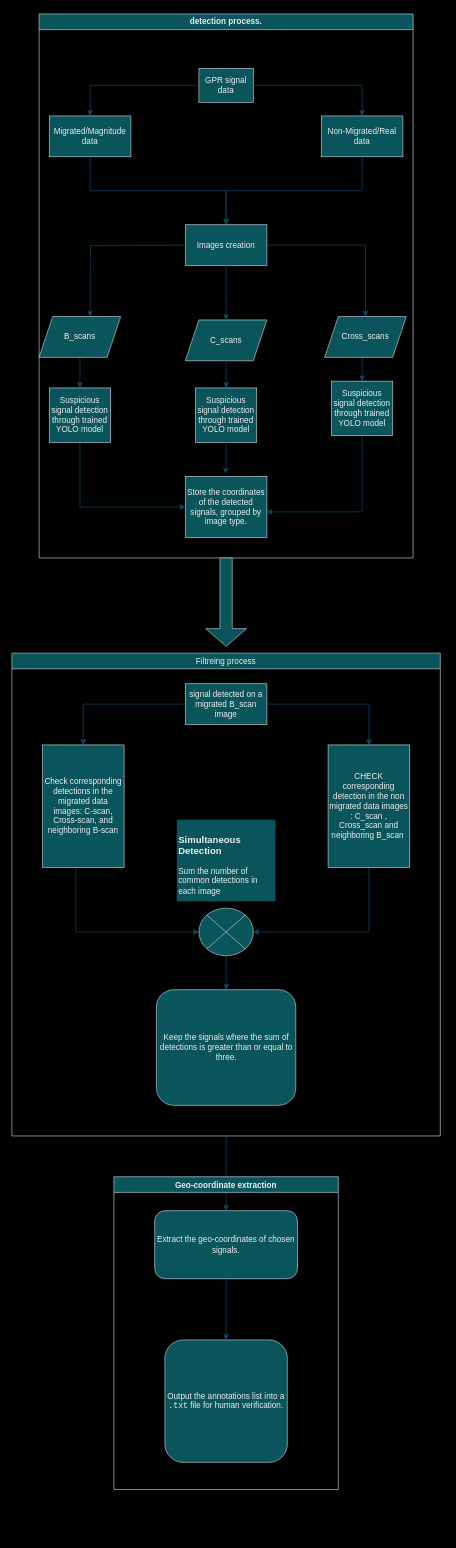
Before: Diagramme sans nom.drawio in Sidiplayer/Animal-Traking, a draw.io diagram. Source tidied: cells renumbered, new cells numbered last; positions are measured from the earlier drawing's top-left corner, leaving out a move shared by most shapes. Both pictures are drawn from the tidied source at 68%, with x=0, y=0 at pixel (12, 14).
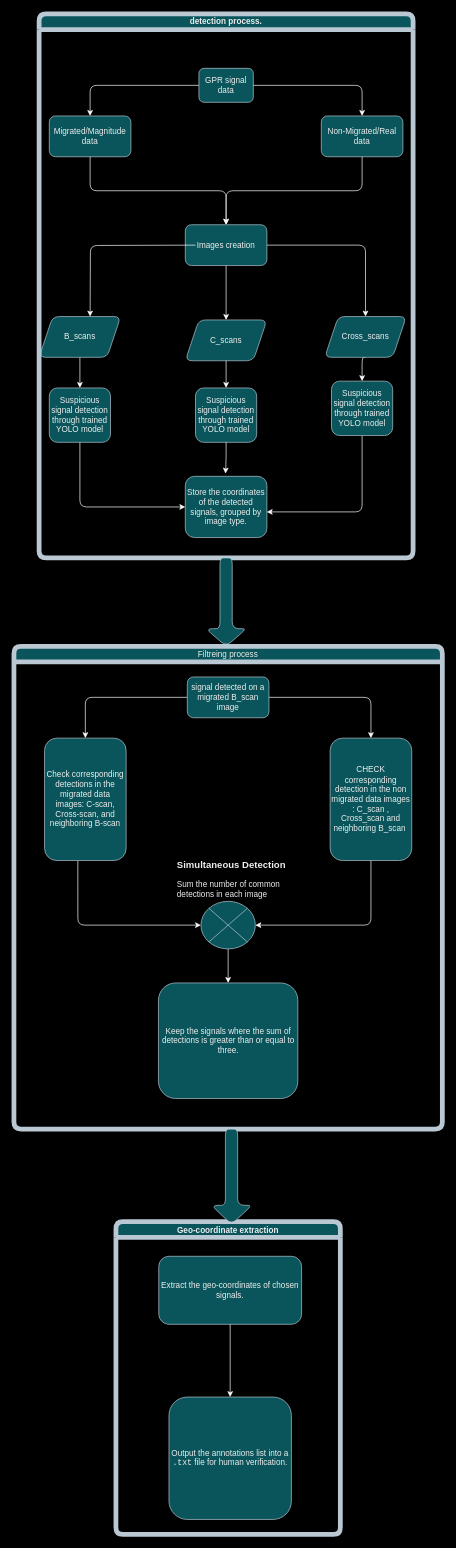
After the change.

Diff of the diagram source:
```diff
@@
-    <mxCell id="2" style="edgeStyle=orthogonalEdgeStyle;rounded=0;jettySize=auto;html=1;labelBackgroundColor=none;strokeColor=#0B4D6A;fontColor=default;" parent="1" edge="1" source="36" target="6">
+    <mxCell id="2" style="edgeStyle=orthogonalEdgeStyle;rounded=1;jettySize=auto;html=1;labelBackgroundColor=none;strokeColor=#FFFFFF;fontColor=default;" parent="1" edge="1" source="36" target="6">
       <mxGeometry relative="1" as="geometry" />
     </mxCell>
-    <mxCell id="3" style="edgeStyle=orthogonalEdgeStyle;rounded=0;jettySize=auto;html=1;exitX=0.5;exitY=1;exitDx=0;exitDy=0;labelBackgroundColor=none;strokeColor=#0B4D6A;fontColor=default;" parent="1" edge="1" source="4" target="25">
+    <mxCell id="3" style="edgeStyle=orthogonalEdgeStyle;rounded=1;jettySize=auto;html=1;exitX=0.5;exitY=1;exitDx=0;exitDy=0;labelBackgroundColor=none;strokeColor=#FFFFFF;fontColor=default;" parent="1" edge="1" source="4" target="25">
       <mxGeometry relative="1" as="geometry" />
     </mxCell>
-    <mxCell id="4" value="B_scans" style="shape=parallelogram;perimeter=parallelogramPerimeter;whiteSpace=wrap;html=1;fixedSize=1;rounded=0;fillColor=#09555B;labelBackgroundColor=none;strokeColor=#BAC8D3;fontColor=#EEEEEE;" parent="1" vertex="1">
+    <mxCell id="4" value="B_scans" style="shape=parallelogram;perimeter=parallelogramPerimeter;whiteSpace=wrap;html=1;fixedSize=1;rounded=1;fillColor=#09555B;labelBackgroundColor=none;strokeColor=#BAC8D3;fontColor=#EEEEEE;" parent="1" vertex="1">
       <mxGeometry x="40" y="445" width="120" height="60" as="geometry" />
     </mxCell>
-    <mxCell id="5" style="edgeStyle=orthogonalEdgeStyle;rounded=0;jettySize=auto;html=1;exitX=0.5;exitY=1;exitDx=0;exitDy=0;entryX=0.5;entryY=0;entryDx=0;entryDy=0;labelBackgroundColor=none;strokeColor=#0B4D6A;fontColor=default;" parent="1" edge="1" source="6" target="29">
+    <mxCell id="5" style="edgeStyle=orthogonalEdgeStyle;rounded=1;jettySize=auto;html=1;exitX=0.5;exitY=1;exitDx=0;exitDy=0;entryX=0.5;entryY=0;entryDx=0;entryDy=0;labelBackgroundColor=none;strokeColor=#FFFFFF;fontColor=default;" parent="1" edge="1" source="6" target="29">
       <mxGeometry relative="1" as="geometry" />
     </mxCell>
-    <mxCell id="6" value="Cross_scans" style="shape=parallelogram;perimeter=parallelogramPerimeter;whiteSpace=wrap;html=1;fixedSize=1;rounded=0;fillColor=#09555B;labelBackgroundColor=none;strokeColor=#BAC8D3;fontColor=#EEEEEE;" parent="1" vertex="1">
+    <mxCell id="6" value="Cross_scans" style="shape=parallelogram;perimeter=parallelogramPerimeter;whiteSpace=wrap;html=1;fixedSize=1;rounded=1;fillColor=#09555B;labelBackgroundColor=none;strokeColor=#BAC8D3;fontColor=#EEEEEE;" parent="1" vertex="1">
       <mxGeometry x="460" y="445" width="120" height="60" as="geometry" />
     </mxCell>
-    <mxCell id="7" style="edgeStyle=orthogonalEdgeStyle;rounded=0;jettySize=auto;html=1;labelBackgroundColor=none;strokeColor=#0B4D6A;fontColor=default;" parent="1" edge="1" source="8" target="21">
-      <mxGeometry relative="1" as="geometry" />
-    </mxCell>
-    <mxCell id="8" value="Filtreing process" style="swimlane;whiteSpace=wrap;html=1;fontStyle=0;fillColor=#09555B;labelBackgroundColor=none;strokeColor=#BAC8D3;fontColor=#EEEEEE;" parent="1" vertex="1">
-      <mxGeometry y="940" width="630" height="710" as="geometry" />
+    <mxCell id="8" value="Filtreing process" style="swimlane;whiteSpace=wrap;html=1;fontStyle=0;fillColor=#09555B;labelBackgroundColor=none;strokeColor=#BAC8D3;fontColor=#EEEEEE;rounded=1;strokeWidth=7;" parent="1" vertex="1">
+      <mxGeometry x="3" y="930" width="630" height="710" as="geometry" />
     </mxCell>
-    <mxCell id="9" style="edgeStyle=orthogonalEdgeStyle;rounded=0;jettySize=auto;html=1;exitX=0;exitY=0.5;exitDx=0;exitDy=0;entryX=0.5;entryY=0;entryDx=0;entryDy=0;labelBackgroundColor=none;strokeColor=#0B4D6A;fontColor=default;" parent="8" edge="1" source="11" target="13">
+    <mxCell id="9" style="edgeStyle=orthogonalEdgeStyle;rounded=1;jettySize=auto;html=1;exitX=0;exitY=0.5;exitDx=0;exitDy=0;entryX=0.5;entryY=0;entryDx=0;entryDy=0;labelBackgroundColor=none;strokeColor=#FFFFFF;fontColor=default;" parent="8" edge="1" source="11" target="13">
       <mxGeometry relative="1" as="geometry" />
     </mxCell>
-    <mxCell id="10" style="edgeStyle=orthogonalEdgeStyle;rounded=0;jettySize=auto;html=1;exitX=1;exitY=0.5;exitDx=0;exitDy=0;entryX=0.5;entryY=0;entryDx=0;entryDy=0;labelBackgroundColor=none;strokeColor=#0B4D6A;fontColor=default;" parent="8" edge="1" source="11" target="15">
+    <mxCell id="10" style="edgeStyle=orthogonalEdgeStyle;rounded=1;jettySize=auto;html=1;exitX=1;exitY=0.5;exitDx=0;exitDy=0;entryX=0.5;entryY=0;entryDx=0;entryDy=0;labelBackgroundColor=none;strokeColor=#FFFFFF;fontColor=default;" parent="8" edge="1" source="11" target="15">
       <mxGeometry relative="1" as="geometry" />
     </mxCell>
-    <mxCell id="11" value="signal detected on a migrated B_scan image " style="rounded=0;whiteSpace=wrap;html=1;fillColor=#09555B;labelBackgroundColor=none;strokeColor=#BAC8D3;fontColor=#EEEEEE;" parent="8" vertex="1">
+    <mxCell id="11" value="signal detected on a migrated B_scan image " style="rounded=1;whiteSpace=wrap;html=1;fillColor=#09555B;labelBackgroundColor=none;strokeColor=#BAC8D3;fontColor=#EEEEEE;" parent="8" vertex="1">
       <mxGeometry x="255" y="45" width="120" height="60" as="geometry" />
     </mxCell>
-    <mxCell id="12" style="edgeStyle=orthogonalEdgeStyle;rounded=0;jettySize=auto;html=1;exitX=0.408;exitY=1.002;exitDx=0;exitDy=0;exitPerimeter=0;entryX=0;entryY=0.5;entryDx=0;entryDy=0;labelBackgroundColor=none;strokeColor=#0B4D6A;fontColor=default;" parent="8" edge="1" source="13" target="17">
+    <mxCell id="12" style="edgeStyle=orthogonalEdgeStyle;rounded=1;jettySize=auto;html=1;exitX=0.408;exitY=1.002;exitDx=0;exitDy=0;exitPerimeter=0;entryX=0;entryY=0.5;entryDx=0;entryDy=0;labelBackgroundColor=none;strokeColor=#FFFFFF;fontColor=default;" parent="8" edge="1" source="13" target="17">
       <mxGeometry relative="1" as="geometry" />
     </mxCell>
-    <mxCell id="13" value="Check corresponding detections in the migrated data images: C-scan, Cross-scan, and neighboring B-scan" style="rounded=0;whiteSpace=wrap;html=1;fillColor=#09555B;labelBackgroundColor=none;strokeColor=#BAC8D3;fontColor=#EEEEEE;" parent="8" vertex="1">
+    <mxCell id="13" value="Check corresponding detections in the migrated data images: C-scan, Cross-scan, and neighboring B-scan" style="rounded=1;whiteSpace=wrap;html=1;fillColor=#09555B;labelBackgroundColor=none;strokeColor=#BAC8D3;fontColor=#EEEEEE;" parent="8" vertex="1">
       <mxGeometry x="45" y="135" width="120" height="180" as="geometry" />
     </mxCell>
-    <mxCell id="14" style="edgeStyle=orthogonalEdgeStyle;rounded=0;jettySize=auto;html=1;exitX=0.5;exitY=1;exitDx=0;exitDy=0;entryX=1;entryY=0.5;entryDx=0;entryDy=0;labelBackgroundColor=none;strokeColor=#0B4D6A;fontColor=default;" parent="8" edge="1" source="15" target="17">
+    <mxCell id="14" style="edgeStyle=orthogonalEdgeStyle;rounded=1;jettySize=auto;html=1;exitX=0.5;exitY=1;exitDx=0;exitDy=0;entryX=1;entryY=0.5;entryDx=0;entryDy=0;labelBackgroundColor=none;strokeColor=#FFFFFF;fontColor=default;" parent="8" edge="1" source="15" target="17">
       <mxGeometry relative="1" as="geometry" />
     </mxCell>
-    <mxCell id="15" value="CHECK corresponding detection in the non migrated data images : C_scan , Cross_scan and neighboring B_scan&amp;nbsp; " style="rounded=0;whiteSpace=wrap;html=1;fillColor=#09555B;labelBackgroundColor=none;strokeColor=#BAC8D3;fontColor=#EEEEEE;" parent="8" vertex="1">
+    <mxCell id="15" value="CHECK corresponding detection in the non migrated data images : C_scan , Cross_scan and neighboring B_scan&amp;nbsp; " style="rounded=1;whiteSpace=wrap;html=1;fillColor=#09555B;labelBackgroundColor=none;strokeColor=#BAC8D3;fontColor=#EEEEEE;" parent="8" vertex="1">
       <mxGeometry x="465" y="135" width="120" height="180" as="geometry" />
     </mxCell>
-    <mxCell id="16" style="edgeStyle=orthogonalEdgeStyle;rounded=0;jettySize=auto;html=1;labelBackgroundColor=none;strokeColor=#0B4D6A;fontColor=default;" parent="8" edge="1" source="17" target="19">
+    <mxCell id="16" style="edgeStyle=orthogonalEdgeStyle;rounded=1;jettySize=auto;html=1;labelBackgroundColor=none;strokeColor=#FFFFFF;fontColor=default;" parent="8" edge="1" source="17" target="19">
       <mxGeometry relative="1" as="geometry" />
     </mxCell>
-    <mxCell id="17" style="shape=sumEllipse;perimeter=ellipsePerimeter;whiteSpace=wrap;html=1;backgroundOutline=1;labelBackgroundColor=none;fillColor=#09555B;strokeColor=#BAC8D3;fontColor=#EEEEEE;" parent="8" vertex="1">
+    <mxCell id="17" style="shape=sumEllipse;perimeter=ellipsePerimeter;whiteSpace=wrap;html=1;backgroundOutline=1;labelBackgroundColor=none;fillColor=#09555B;strokeColor=#BAC8D3;fontColor=#EEEEEE;rounded=1;" parent="8" vertex="1">
       <mxGeometry x="275" y="375" width="80" height="70" as="geometry" />
     </mxCell>
+    <mxCell id="19" value="Keep the signals where the sum of detections is greater than or equal to three." style="rounded=1;whiteSpace=wrap;html=1;fillColor=#09555B;labelBackgroundColor=none;strokeColor=#BAC8D3;fontColor=#EEEEEE;" parent="8" vertex="1">
+      <mxGeometry x="212.5" y="495" width="205" height="170" as="geometry" />
+    </mxCell>
-    <mxCell id="18" value="&lt;h3&gt;Simultaneous Detection&lt;/h3&gt;&lt;p&gt;Sum the number of common detections in each image&lt;/p&gt;" style="text;html=1;whiteSpace=wrap;overflow=hidden;rounded=0;fillColor=#09555B;labelBackgroundColor=none;fontColor=#EEEEEE;" parent="8" vertex="1">
-      <mxGeometry x="242.5" y="245" width="145" height="120" as="geometry" />
+    <mxCell id="18" value="&lt;h3&gt;Simultaneous Detection&lt;/h3&gt;&lt;p&gt;Sum the number of common detections in each image&lt;/p&gt;" style="text;html=1;whiteSpace=wrap;overflow=hidden;rounded=0;fontColor=#EEEEEE;" parent="8" vertex="1">
+      <mxGeometry x="237.5" y="292" width="180" height="120" as="geometry" />
     </mxCell>
-    <mxCell id="19" value="Keep the signals where the sum of detections is greater than or equal to three." style="rounded=1;whiteSpace=wrap;html=1;fillColor=#09555B;labelBackgroundColor=none;strokeColor=#BAC8D3;fontColor=#EEEEEE;" parent="8" vertex="1">
-      <mxGeometry x="212.5" y="495" width="205" height="170" as="geometry" />
-    </mxCell>
-    <mxCell id="20" style="edgeStyle=orthogonalEdgeStyle;rounded=0;jettySize=auto;html=1;labelBackgroundColor=none;strokeColor=#0B4D6A;fontColor=default;" parent="1" edge="1" source="21" target="22">
-      <mxGeometry relative="1" as="geometry" />
-    </mxCell>
-    <mxCell id="21" value="Extract the geo-coordinates of chosen signals." style="rounded=1;whiteSpace=wrap;html=1;fontStyle=0;startSize=23;fillColor=#09555B;labelBackgroundColor=none;strokeColor=#BAC8D3;fontColor=#EEEEEE;" parent="1" vertex="1">
-      <mxGeometry x="210" y="1760" width="210" height="100" as="geometry" />
-    </mxCell>
-    <mxCell id="22" value="Output the annotations list into a &lt;code&gt;.txt&lt;/code&gt; file for human verification." style="rounded=1;whiteSpace=wrap;html=1;fontStyle=0;startSize=23;fillColor=#09555B;labelBackgroundColor=none;strokeColor=#BAC8D3;fontColor=#EEEEEE;" parent="1" vertex="1">
-      <mxGeometry x="225" y="1950" width="180" height="180" as="geometry" />
-    </mxCell>
-    <mxCell id="23" value="detection process." style="swimlane;whiteSpace=wrap;html=1;fillColor=#09555B;labelBackgroundColor=none;strokeColor=#BAC8D3;fontColor=#EEEEEE;" parent="1" vertex="1">
+    <mxCell id="23" value="detection process." style="swimlane;whiteSpace=wrap;html=1;fillColor=#09555B;labelBackgroundColor=none;strokeColor=#BAC8D3;fontColor=#EEEEEE;rounded=1;strokeWidth=7;" parent="1" vertex="1">
       <mxGeometry x="40" width="550" height="800" as="geometry" />
     </mxCell>
-    <mxCell id="24" style="edgeStyle=orthogonalEdgeStyle;rounded=0;jettySize=auto;html=1;exitX=0.5;exitY=1;exitDx=0;exitDy=0;entryX=0;entryY=0.5;entryDx=0;entryDy=0;labelBackgroundColor=none;strokeColor=#0B4D6A;fontColor=default;" parent="23" edge="1" source="25" target="26">
+    <mxCell id="24" style="edgeStyle=orthogonalEdgeStyle;rounded=1;jettySize=auto;html=1;exitX=0.5;exitY=1;exitDx=0;exitDy=0;entryX=0;entryY=0.5;entryDx=0;entryDy=0;labelBackgroundColor=none;strokeColor=#FFFFFF;fontColor=default;" parent="23" edge="1" source="25" target="26">
       <mxGeometry relative="1" as="geometry" />
     </mxCell>
-    <mxCell id="25" value="Suspicious signal detection through trained YOLO model" style="rounded=0;whiteSpace=wrap;html=1;fillColor=#09555B;labelBackgroundColor=none;strokeColor=#BAC8D3;fontColor=#EEEEEE;" parent="23" vertex="1">
+    <mxCell id="25" value="Suspicious signal detection through trained YOLO model" style="rounded=1;whiteSpace=wrap;html=1;fillColor=#09555B;labelBackgroundColor=none;strokeColor=#BAC8D3;fontColor=#EEEEEE;" parent="23" vertex="1">
       <mxGeometry x="15" y="550" width="90" height="80" as="geometry" />
     </mxCell>
-    <mxCell id="26" value="Store the coordinates of the detected signals, grouped by image type." style="rounded=0;whiteSpace=wrap;html=1;fillColor=#09555B;labelBackgroundColor=none;strokeColor=#BAC8D3;fontColor=#EEEEEE;" parent="23" vertex="1">
+    <mxCell id="26" value="Store the coordinates of the detected signals, grouped by image type." style="rounded=1;whiteSpace=wrap;html=1;fillColor=#09555B;labelBackgroundColor=none;strokeColor=#BAC8D3;fontColor=#EEEEEE;" parent="23" vertex="1">
       <mxGeometry x="215" y="680" width="120" height="90" as="geometry" />
     </mxCell>
-    <mxCell id="27" value="Suspicious signal detection through trained YOLO model" style="rounded=0;whiteSpace=wrap;html=1;fillColor=#09555B;labelBackgroundColor=none;strokeColor=#BAC8D3;fontColor=#EEEEEE;" parent="23" vertex="1">
+    <mxCell id="27" value="Suspicious signal detection through trained YOLO model" style="rounded=1;whiteSpace=wrap;html=1;fillColor=#09555B;labelBackgroundColor=none;strokeColor=#BAC8D3;fontColor=#EEEEEE;" parent="23" vertex="1">
       <mxGeometry x="230" y="550" width="90" height="80" as="geometry" />
     </mxCell>
-    <mxCell id="28" style="edgeStyle=orthogonalEdgeStyle;rounded=0;jettySize=auto;html=1;exitX=0.5;exitY=1;exitDx=0;exitDy=0;entryX=0.998;entryY=0.581;entryDx=0;entryDy=0;entryPerimeter=0;labelBackgroundColor=none;strokeColor=#0B4D6A;fontColor=default;" parent="23" edge="1" source="29" target="26">
+    <mxCell id="28" style="edgeStyle=orthogonalEdgeStyle;rounded=1;jettySize=auto;html=1;exitX=0.5;exitY=1;exitDx=0;exitDy=0;entryX=0.998;entryY=0.581;entryDx=0;entryDy=0;entryPerimeter=0;labelBackgroundColor=none;strokeColor=#FFFFFF;fontColor=default;" parent="23" edge="1" source="29" target="26">
       <mxGeometry relative="1" as="geometry" />
     </mxCell>
-    <mxCell id="29" value="Suspicious signal detection through trained YOLO model" style="rounded=0;whiteSpace=wrap;html=1;fillColor=#09555B;labelBackgroundColor=none;strokeColor=#BAC8D3;fontColor=#EEEEEE;" parent="23" vertex="1">
+    <mxCell id="29" value="Suspicious signal detection through trained YOLO model" style="rounded=1;whiteSpace=wrap;html=1;fillColor=#09555B;labelBackgroundColor=none;strokeColor=#BAC8D3;fontColor=#EEEEEE;" parent="23" vertex="1">
       <mxGeometry x="430" y="540" width="90" height="80" as="geometry" />
     </mxCell>
-    <mxCell id="30" style="edgeStyle=orthogonalEdgeStyle;rounded=0;jettySize=auto;html=1;entryX=0.493;entryY=-0.045;entryDx=0;entryDy=0;entryPerimeter=0;labelBackgroundColor=none;strokeColor=#0B4D6A;fontColor=default;" parent="23" edge="1" source="27" target="26">
+    <mxCell id="30" style="edgeStyle=orthogonalEdgeStyle;rounded=1;jettySize=auto;html=1;entryX=0.493;entryY=-0.045;entryDx=0;entryDy=0;entryPerimeter=0;labelBackgroundColor=none;strokeColor=#FFFFFF;fontColor=default;" parent="23" edge="1" source="27" target="26">
       <mxGeometry relative="1" as="geometry" />
     </mxCell>
-    <mxCell id="31" value="&lt;div&gt;Non-Migrated/Real&lt;/div&gt;&lt;div&gt;data&lt;br&gt;&lt;/div&gt;" style="whiteSpace=wrap;html=1;rounded=0;fillColor=#09555B;labelBackgroundColor=none;strokeColor=#BAC8D3;fontColor=#EEEEEE;" parent="23" vertex="1">
+    <mxCell id="31" value="&lt;div&gt;Non-Migrated/Real&lt;/div&gt;&lt;div&gt;data&lt;br&gt;&lt;/div&gt;" style="whiteSpace=wrap;html=1;rounded=1;fillColor=#09555B;labelBackgroundColor=none;strokeColor=#BAC8D3;fontColor=#EEEEEE;" parent="23" vertex="1">
       <mxGeometry x="415" y="150" width="120" height="60" as="geometry" />
     </mxCell>
-    <mxCell id="32" value="GPR signal data" style="rounded=0;whiteSpace=wrap;html=1;fillColor=#09555B;labelBackgroundColor=none;strokeColor=#BAC8D3;fontColor=#EEEEEE;" parent="23" vertex="1">
+    <mxCell id="32" value="GPR signal data" style="rounded=1;whiteSpace=wrap;html=1;fillColor=#09555B;labelBackgroundColor=none;strokeColor=#BAC8D3;fontColor=#EEEEEE;" parent="23" vertex="1">
       <mxGeometry x="235" y="80" width="80" height="50" as="geometry" />
     </mxCell>
-    <mxCell id="33" style="edgeStyle=orthogonalEdgeStyle;rounded=0;jettySize=auto;html=1;labelBackgroundColor=none;strokeColor=#0B4D6A;fontColor=default;" parent="23" edge="1" source="32" target="31">
+    <mxCell id="33" style="edgeStyle=orthogonalEdgeStyle;rounded=1;jettySize=auto;html=1;labelBackgroundColor=none;fontColor=default;fillColor=#f5f5f5;strokeColor=#FFFFFF;" parent="23" edge="1" source="32" target="31">
       <mxGeometry relative="1" as="geometry" />
     </mxCell>
-    <mxCell id="34" value="Migrated/Magnitude data" style="whiteSpace=wrap;html=1;rounded=0;fillColor=#09555B;labelBackgroundColor=none;strokeColor=#BAC8D3;fontColor=#EEEEEE;" parent="23" vertex="1">
+    <mxCell id="34" value="Migrated/Magnitude data" style="whiteSpace=wrap;html=1;rounded=1;fillColor=#09555B;labelBackgroundColor=none;strokeColor=#BAC8D3;fontColor=#EEEEEE;" parent="23" vertex="1">
       <mxGeometry x="15" y="150" width="120" height="60" as="geometry" />
     </mxCell>
-    <mxCell id="35" style="edgeStyle=orthogonalEdgeStyle;rounded=0;jettySize=auto;html=1;labelBackgroundColor=none;strokeColor=#0B4D6A;fontColor=default;" parent="23" edge="1" source="32" target="34">
+    <mxCell id="35" style="edgeStyle=orthogonalEdgeStyle;rounded=1;jettySize=auto;html=1;labelBackgroundColor=none;strokeColor=#FFFFFF;fontColor=default;" parent="23" edge="1" source="32" target="34">
       <mxGeometry relative="1" as="geometry" />
     </mxCell>
-    <mxCell id="36" value="Images creation" style="whiteSpace=wrap;html=1;rounded=0;fillColor=#09555B;labelBackgroundColor=none;strokeColor=#BAC8D3;fontColor=#EEEEEE;" parent="23" vertex="1">
+    <mxCell id="36" value="Images creation" style="whiteSpace=wrap;html=1;rounded=1;fillColor=#09555B;labelBackgroundColor=none;strokeColor=#BAC8D3;fontColor=#EEEEEE;" parent="23" vertex="1">
       <mxGeometry x="215" y="310" width="120" height="60" as="geometry" />
     </mxCell>
-    <mxCell id="37" style="edgeStyle=orthogonalEdgeStyle;rounded=0;jettySize=auto;html=1;exitX=0.5;exitY=1;exitDx=0;exitDy=0;entryX=0.5;entryY=0;entryDx=0;entryDy=0;labelBackgroundColor=none;strokeColor=#0B4D6A;fontColor=default;" parent="23" edge="1" source="34" target="36">
+    <mxCell id="37" style="edgeStyle=orthogonalEdgeStyle;rounded=1;jettySize=auto;html=1;exitX=0.5;exitY=1;exitDx=0;exitDy=0;entryX=0.5;entryY=0;entryDx=0;entryDy=0;labelBackgroundColor=none;strokeColor=#FFFFFF;fontColor=default;" parent="23" edge="1" source="34" target="36">
       <mxGeometry relative="1" as="geometry" />
     </mxCell>
-    <mxCell id="38" style="edgeStyle=orthogonalEdgeStyle;rounded=0;jettySize=auto;html=1;exitX=0.5;exitY=1;exitDx=0;exitDy=0;labelBackgroundColor=none;strokeColor=#0B4D6A;fontColor=default;" parent="23" edge="1" source="31" target="36">
+    <mxCell id="38" style="edgeStyle=orthogonalEdgeStyle;rounded=1;jettySize=auto;html=1;exitX=0.5;exitY=1;exitDx=0;exitDy=0;labelBackgroundColor=none;strokeColor=#FFFFFF;fontColor=default;" parent="23" edge="1" source="31" target="36">
       <mxGeometry relative="1" as="geometry" />
     </mxCell>
-    <mxCell id="39" value="C_scans " style="shape=parallelogram;perimeter=parallelogramPerimeter;whiteSpace=wrap;html=1;fixedSize=1;rounded=0;fillColor=#09555B;labelBackgroundColor=none;strokeColor=#BAC8D3;fontColor=#EEEEEE;" parent="23" vertex="1">
+    <mxCell id="39" value="C_scans " style="shape=parallelogram;perimeter=parallelogramPerimeter;whiteSpace=wrap;html=1;fixedSize=1;rounded=1;fillColor=#09555B;labelBackgroundColor=none;strokeColor=#BAC8D3;fontColor=#EEEEEE;" parent="23" vertex="1">
       <mxGeometry x="215" y="450" width="120" height="60" as="geometry" />
     </mxCell>
-    <mxCell id="40" style="edgeStyle=orthogonalEdgeStyle;rounded=0;jettySize=auto;html=1;labelBackgroundColor=none;strokeColor=#0B4D6A;fontColor=default;" parent="23" edge="1" source="36" target="39">
+    <mxCell id="40" style="edgeStyle=orthogonalEdgeStyle;rounded=1;jettySize=auto;html=1;labelBackgroundColor=none;strokeColor=#FFFFFF;fontColor=default;" parent="23" edge="1" source="36" target="39">
       <mxGeometry relative="1" as="geometry" />
     </mxCell>
-    <mxCell id="41" style="edgeStyle=orthogonalEdgeStyle;rounded=0;jettySize=auto;html=1;exitX=0.5;exitY=1;exitDx=0;exitDy=0;labelBackgroundColor=none;strokeColor=#0B4D6A;fontColor=default;" parent="23" edge="1" source="39" target="27">
+    <mxCell id="41" style="edgeStyle=orthogonalEdgeStyle;rounded=1;jettySize=auto;html=1;exitX=0.5;exitY=1;exitDx=0;exitDy=0;labelBackgroundColor=none;strokeColor=#FFFFFF;fontColor=default;" parent="23" edge="1" source="39" target="27">
       <mxGeometry relative="1" as="geometry" />
     </mxCell>
-    <mxCell id="42" style="edgeStyle=orthogonalEdgeStyle;rounded=0;orthogonalLoop=1;jettySize=auto;html=1;labelBackgroundColor=none;strokeColor=#0B4D6A;fontColor=default;" parent="23" edge="1">
+    <mxCell id="42" style="edgeStyle=orthogonalEdgeStyle;rounded=1;orthogonalLoop=1;jettySize=auto;html=1;labelBackgroundColor=none;strokeColor=#FFFFFF;fontColor=default;" parent="23" edge="1">
       <mxGeometry relative="1" as="geometry">
         <mxPoint x="230" y="340" as="sourcePoint" />
         <mxPoint x="75" y="445" as="targetPoint" />
       </mxGeometry>
     </mxCell>
-    <mxCell id="43" style="shape=singleArrow;direction=south;whiteSpace=wrap;html=1;labelBackgroundColor=none;fillColor=#09555B;strokeColor=#BAC8D3;fontColor=#EEEEEE;" parent="1" vertex="1">
+    <mxCell id="43" style="shape=singleArrow;direction=south;whiteSpace=wrap;html=1;labelBackgroundColor=none;fillColor=#09555B;strokeColor=#BAC8D3;fontColor=#EEEEEE;rounded=1;" parent="1" vertex="1">
       <mxGeometry x="285" y="800" width="60" height="130" as="geometry" />
     </mxCell>
-    <mxCell id="44" value="Geo-coordinate extraction" style="swimlane;fillColor=#09555B;labelBackgroundColor=none;strokeColor=#BAC8D3;fontColor=#EEEEEE;" parent="1" vertex="1">
-      <mxGeometry x="150" y="1710" width="330" height="460" as="geometry" />
+    <mxCell id="44" value="Geo-coordinate extraction" style="swimlane;fillColor=#09555B;labelBackgroundColor=none;strokeColor=#BAC8D3;fontColor=#EEEEEE;rounded=1;strokeWidth=7;" parent="1" vertex="1">
+      <mxGeometry x="153" y="1776" width="330" height="460" as="geometry" />
     </mxCell>
+    <mxCell id="21" value="Extract the geo-coordinates of chosen signals." style="rounded=1;whiteSpace=wrap;html=1;fontStyle=0;startSize=23;fillColor=#09555B;labelBackgroundColor=none;strokeColor=#BAC8D3;fontColor=#EEEEEE;" parent="44" vertex="1">
+      <mxGeometry x="63" y="51" width="210" height="100" as="geometry" />
+    </mxCell>
+    <mxCell id="22" value="Output the annotations list into a &lt;code&gt;.txt&lt;/code&gt; file for human verification." style="rounded=1;whiteSpace=wrap;html=1;fontStyle=0;startSize=23;fillColor=#09555B;labelBackgroundColor=none;strokeColor=#BAC8D3;fontColor=#EEEEEE;" parent="44" vertex="1">
+      <mxGeometry x="78" y="258" width="180" height="180" as="geometry" />
+    </mxCell>
+    <mxCell id="20" style="edgeStyle=orthogonalEdgeStyle;rounded=1;jettySize=auto;html=1;labelBackgroundColor=none;strokeColor=#FFFFFF;fontColor=default;" parent="44" edge="1" source="21" target="22">
+      <mxGeometry relative="1" as="geometry" />
+    </mxCell>
+    <mxCell id="45" style="shape=singleArrow;direction=south;whiteSpace=wrap;html=1;labelBackgroundColor=none;fillColor=#09555B;strokeColor=#BAC8D3;fontColor=#EEEEEE;rounded=1;" parent="1" vertex="1">
+      <mxGeometry x="293" y="1640" width="60" height="140" as="geometry" />
+    </mxCell>
```
